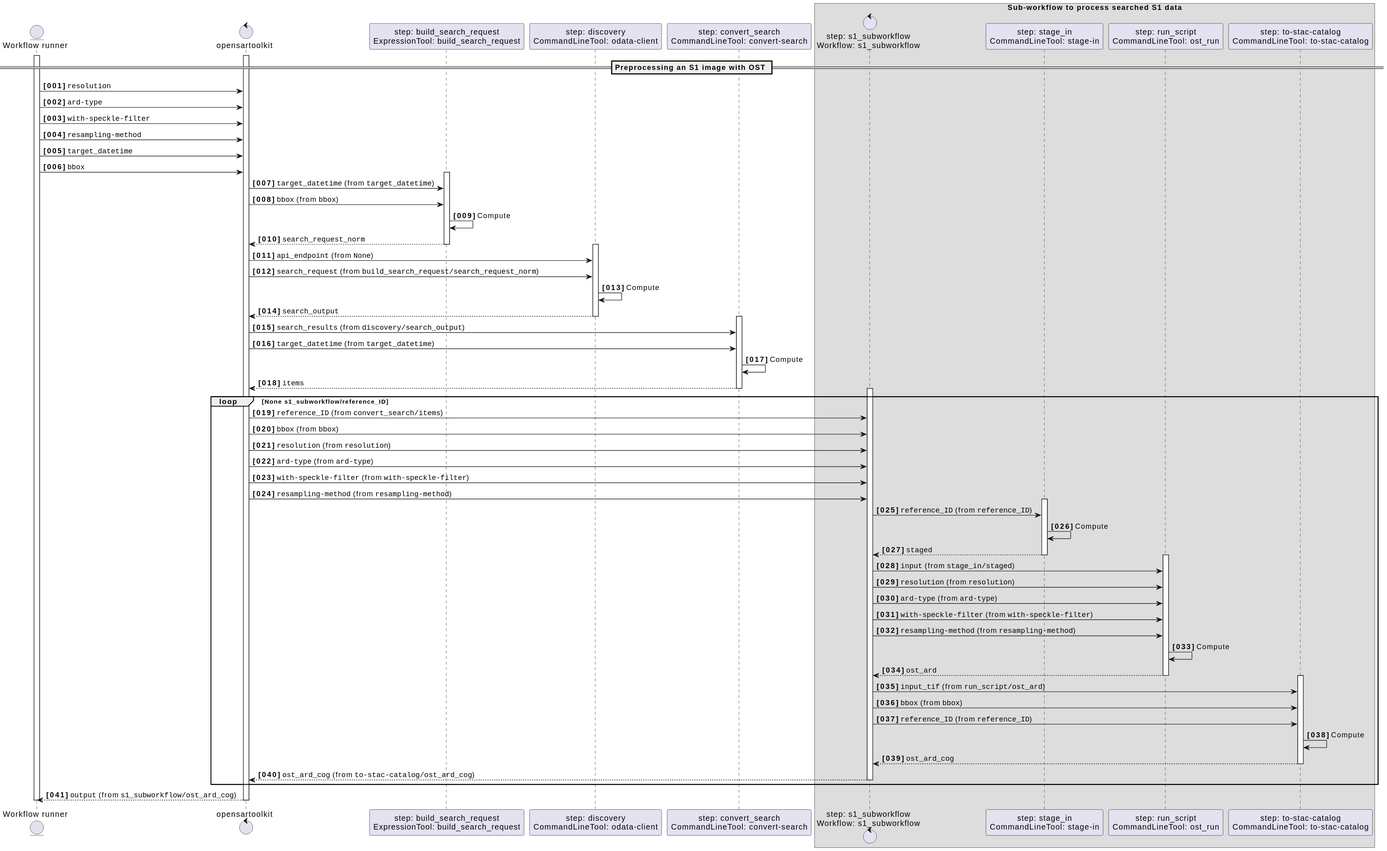
Above: docs/opensartoolkit/sequence.svg in Terradue/eoap-open-sar-toolkit (PlantUML), before the change. Its diagram source:
```plantuml
@startuml

autonumber "<b>[000]"



entity "Workflow runner" as wfrunner
activate wfrunner



== Preprocessing an S1 image with OST ==
control "opensartoolkit" as opensartoolkit_or
activate opensartoolkit_or


wfrunner -> opensartoolkit_or : ""resolution""

wfrunner -> opensartoolkit_or : ""ard-type""

wfrunner -> opensartoolkit_or : ""with-speckle-filter""

wfrunner -> opensartoolkit_or : ""resampling-method""

wfrunner -> opensartoolkit_or : ""target_datetime""

wfrunner -> opensartoolkit_or : ""bbox""







participant "step: build_search_request\nExpressionTool: build_search_request" as build_search_request
activate build_search_request



opensartoolkit_or -> build_search_request : ""target_datetime"" (from ""target_datetime"")



opensartoolkit_or -> build_search_request : ""bbox"" (from ""bbox"")



build_search_request -> build_search_request : Compute


opensartoolkit_or <-- build_search_request : ""search_request_norm""


deactivate build_search_request








participant "step: discovery\nCommandLineTool: odata-client" as discovery
activate discovery



opensartoolkit_or -> discovery : ""api_endpoint"" (from ""None"")



opensartoolkit_or -> discovery : ""search_request"" (from ""build_search_request/search_request_norm"")



discovery -> discovery : Compute


opensartoolkit_or <-- discovery : ""search_output""


deactivate discovery








participant "step: convert_search\nCommandLineTool: convert-search" as convert_search
activate convert_search



opensartoolkit_or -> convert_search : ""search_results"" (from ""discovery/search_output"")



opensartoolkit_or -> convert_search : ""target_datetime"" (from ""target_datetime"")



convert_search -> convert_search : Compute


opensartoolkit_or <-- convert_search : ""items""


deactivate convert_search





loop None s1_subworkflow/reference_ID


box "Sub-workflow to process searched S1 data"
        control "step: s1_subworkflow\nWorkflow: s1_subworkflow" as s1_subworkflow_or
        activate s1_subworkflow_or


        opensartoolkit_or -> s1_subworkflow_or : ""reference_ID"" (from ""convert_search/items"")

        opensartoolkit_or -> s1_subworkflow_or : ""bbox"" (from ""bbox"")

        opensartoolkit_or -> s1_subworkflow_or : ""resolution"" (from ""resolution"")

        opensartoolkit_or -> s1_subworkflow_or : ""ard-type"" (from ""ard-type"")

        opensartoolkit_or -> s1_subworkflow_or : ""with-speckle-filter"" (from ""with-speckle-filter"")

        opensartoolkit_or -> s1_subworkflow_or : ""resampling-method"" (from ""resampling-method"")







participant "step: stage_in\nCommandLineTool: stage-in" as stage_in
activate stage_in



s1_subworkflow_or -> stage_in : ""reference_ID"" (from ""reference_ID"")



stage_in -> stage_in : Compute


s1_subworkflow_or <-- stage_in : ""staged""


deactivate stage_in








participant "step: run_script\nCommandLineTool: ost_run" as run_script
activate run_script



s1_subworkflow_or -> run_script : ""input"" (from ""stage_in/staged"")



s1_subworkflow_or -> run_script : ""resolution"" (from ""resolution"")



s1_subworkflow_or -> run_script : ""ard-type"" (from ""ard-type"")



s1_subworkflow_or -> run_script : ""with-speckle-filter"" (from ""with-speckle-filter"")



s1_subworkflow_or -> run_script : ""resampling-method"" (from ""resampling-method"")



run_script -> run_script : Compute


s1_subworkflow_or <-- run_script : ""ost_ard""


deactivate run_script








participant "step: to-stac-catalog\nCommandLineTool: to-stac-catalog" as to_stac_catalog
activate to_stac_catalog



s1_subworkflow_or -> to_stac_catalog : ""input_tif"" (from ""run_script/ost_ard"")



s1_subworkflow_or -> to_stac_catalog : ""bbox"" (from ""bbox"")



s1_subworkflow_or -> to_stac_catalog : ""reference_ID"" (from ""reference_ID"")



to_stac_catalog -> to_stac_catalog : Compute


s1_subworkflow_or <-- to_stac_catalog : ""ost_ard_cog""


deactivate to_stac_catalog







        opensartoolkit_or <-- s1_subworkflow_or : ""ost_ard_cog"" (from ""to-stac-catalog/ost_ard_cog"")



        deactivate s1_subworkflow_or
end box

end





wfrunner <-- opensartoolkit_or : ""output"" (from ""s1_subworkflow/ost_ard_cog"")



deactivate opensartoolkit_or


deactivate wfrunner
@enduml
```
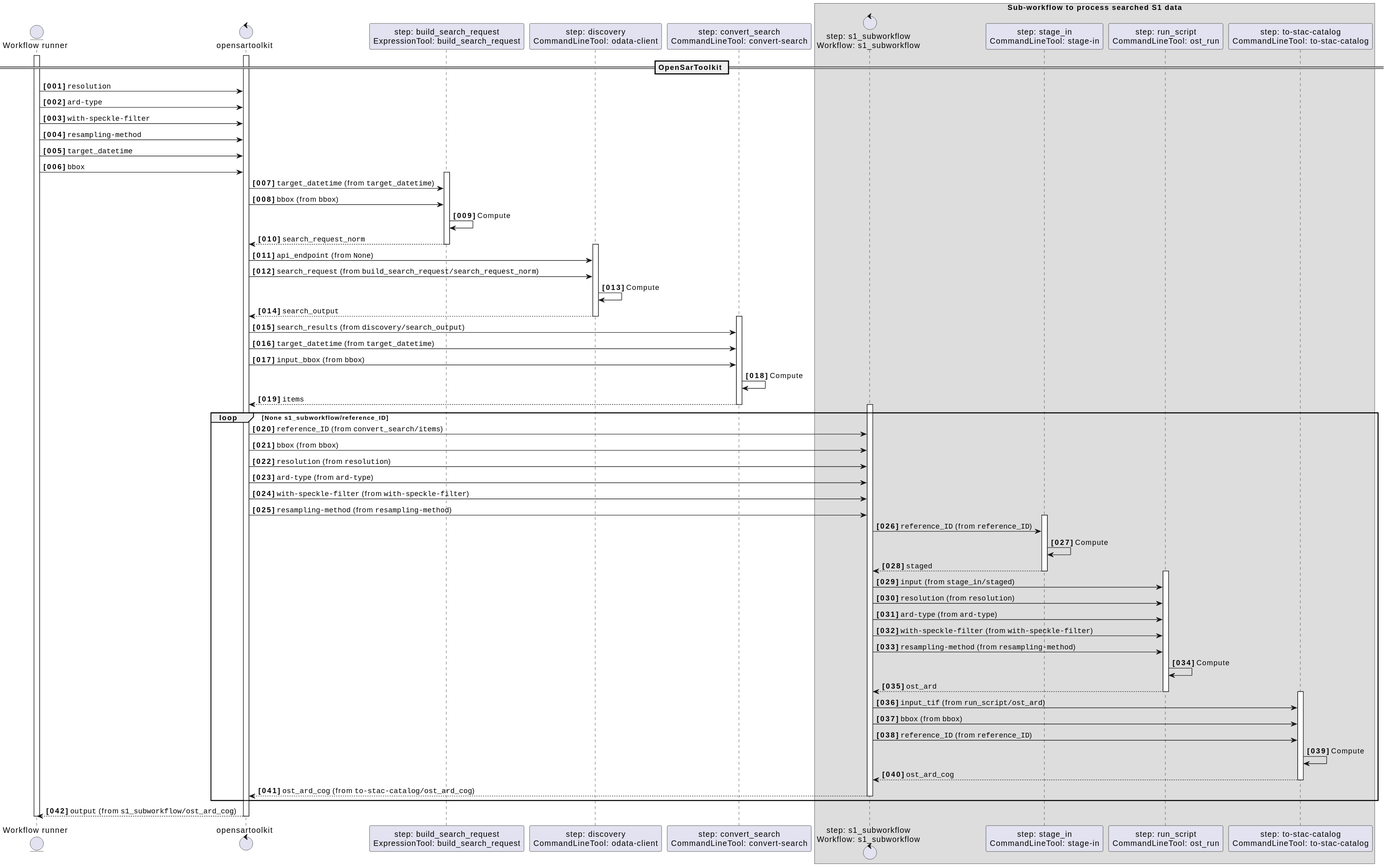
The same file after the commit.

Change to the diagram source:
```diff
@@ -9,7 +9,7 @@
 
 
 
-== Preprocessing an S1 image with OST ==
+== OpenSarToolkit ==
 control "opensartoolkit" as opensartoolkit_or
 activate opensartoolkit_or
 
@@ -98,6 +98,10 @@
 
 
 opensartoolkit_or -> convert_search : ""target_datetime"" (from ""target_datetime"")
+
+
+
+opensartoolkit_or -> convert_search : ""input_bbox"" (from ""bbox"")
 
 
 
```
